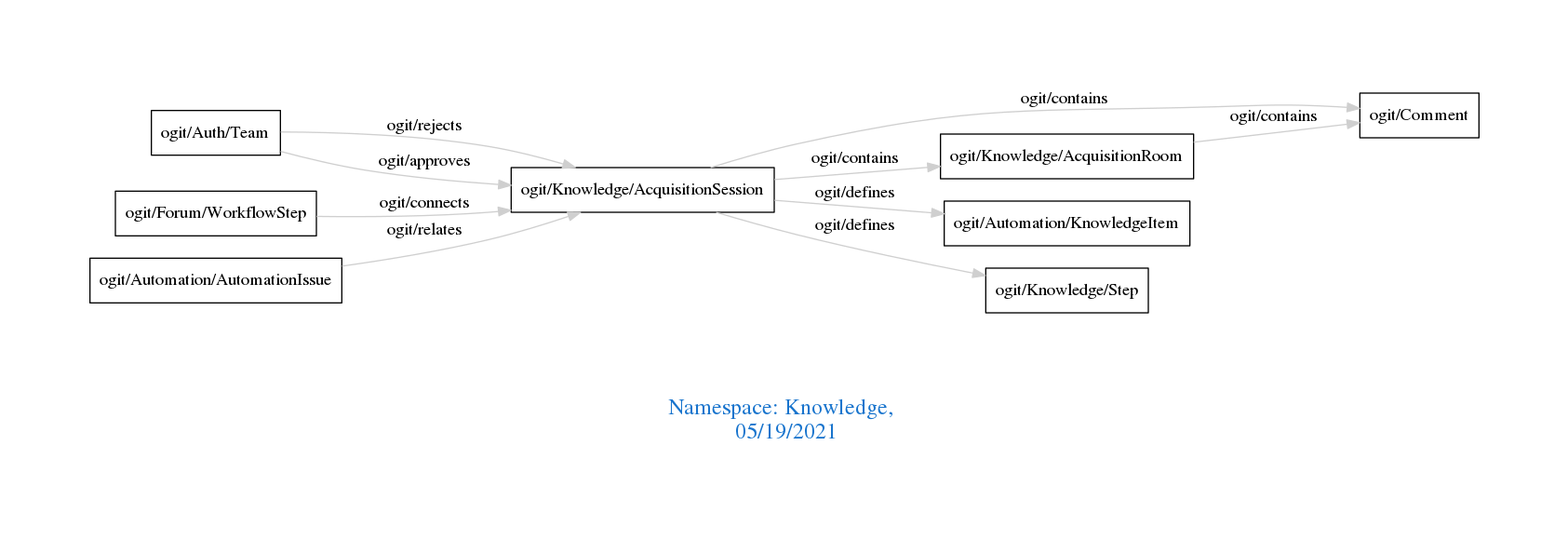
Before: downloads/Knowledge.png, a diagram exported from Graphviz (arago/OGIT). Its source is kept beside it as downloads/Knowledge.dot.
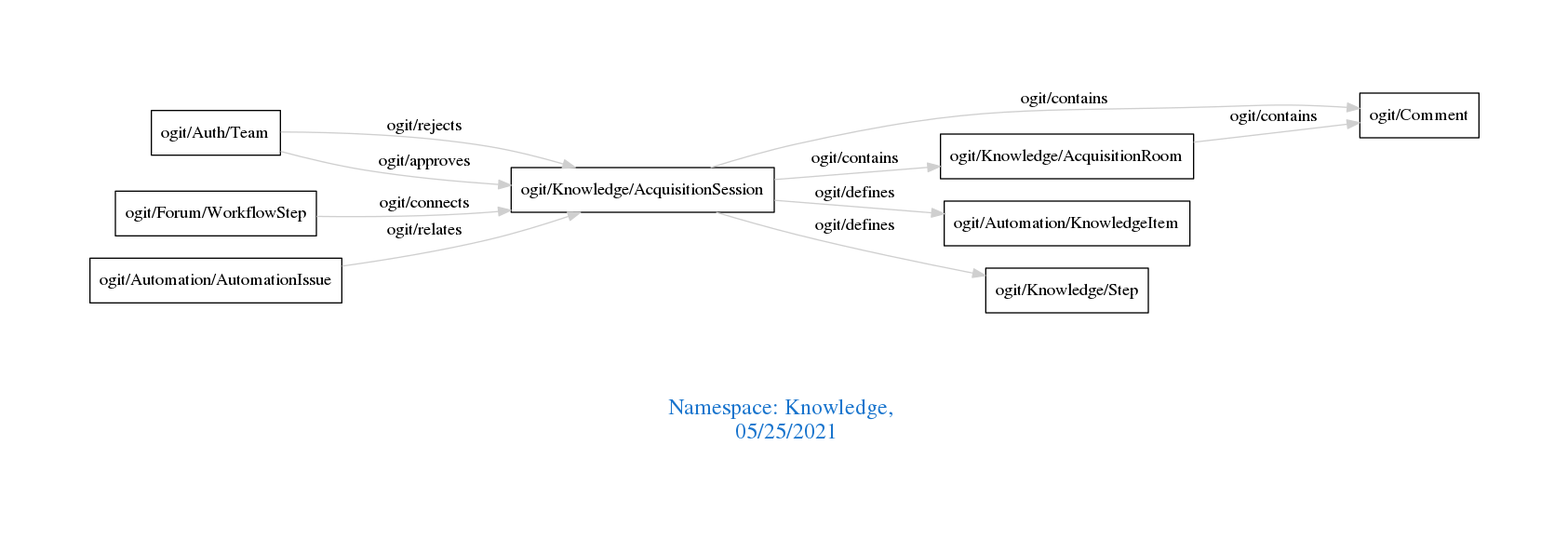
After the commit.

Diff of the diagram source:
```diff
@@ -1,7 +1,7 @@
 digraph OGIT_ontology {
  graph [ rankdir= LR,pad=1
 fontsize = 18,
-fontcolor= dodgerblue3,label = "\n\n\nNamespace: Knowledge, \n 05/19/2021"];
+fontcolor= dodgerblue3,label = "\n\n\nNamespace: Knowledge, \n 05/25/2021"];
 node[shape=polygon];
 edge [  color="gray81"];
 
```
